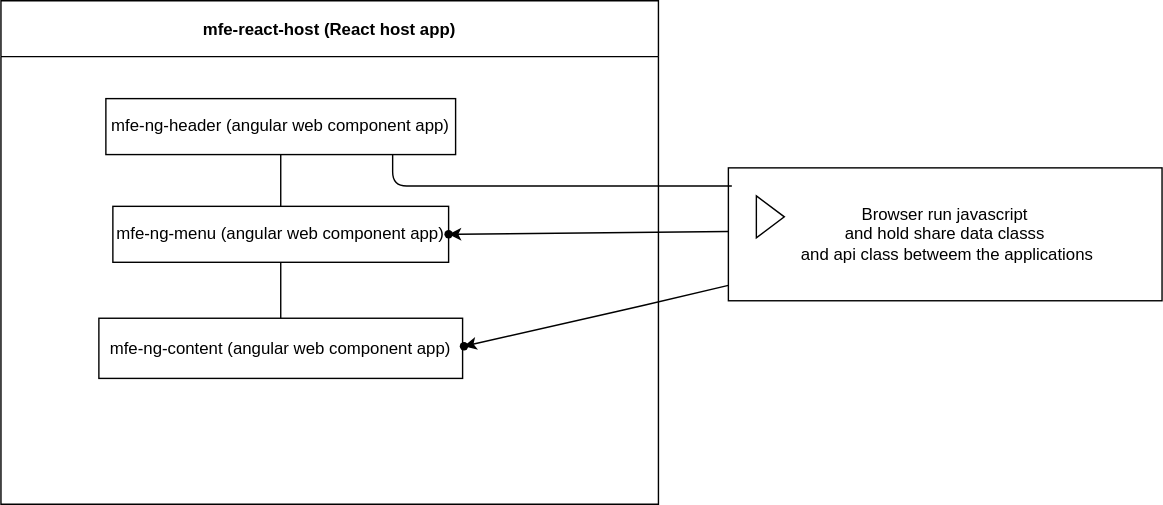
morbargig/CV-mfe-micro-front-end keeps this draw.io diagram as diagram.drawio.svg. Above is the earlier version. Source tidied: cells renumbered, new cells last; positions are measured from the earlier drawing's top-left corner, leaving out a move shared by most shapes.
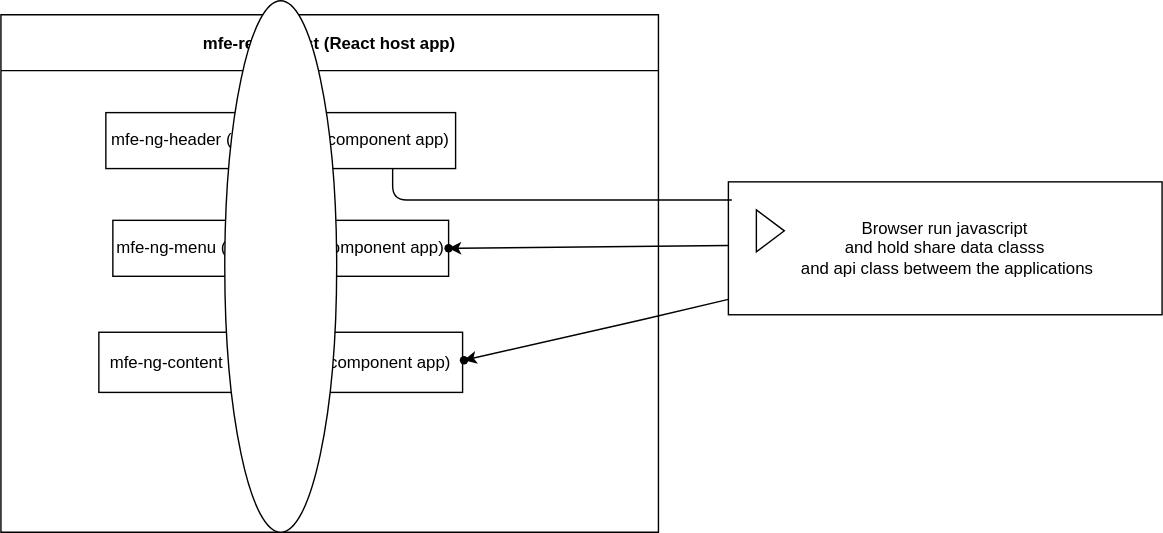
Later version of the same file.

What changed in the source:
```diff
@@ -3,7 +3,7 @@
     <mxCell id="0" />
     <mxCell id="1" parent="0" />
     <mxCell id="2" value="mfe-react-host (React host app)" style="swimlane;startSize=40;horizontal=1;containerType=tree;" parent="1" vertex="1">
-      <mxGeometry width="470" height="360" as="geometry" />
+      <mxGeometry width="470" height="370" as="geometry" />
     </mxCell>
     <mxCell id="3" style="edgeStyle=elbowEdgeStyle;elbow=vertical;startArrow=none;endArrow=none;rounded=0;" parent="2" edge="1" source="4" target="5">
       <mxGeometry relative="1" as="geometry" />
@@ -26,6 +26,9 @@
     <mxCell id="9" style="shape=waypoint;sketch=0;size=6;points=[];fillColor=default;perimeter=centerPerimeter;snapToPoint=1;" parent="2" vertex="1">
       <mxGeometry x="300" y="147" width="40" height="40" as="geometry" />
     </mxCell>
+    <mxCell id="15" style="ellipse;whiteSpace=wrap;html=1;" parent="2" vertex="1">
+      <mxGeometry x="160" y="-10" width="80" height="380" as="geometry" />
+    </mxCell>
     <mxCell id="10" style="edgeStyle=none;html=1;" parent="1" edge="1" source="12" target="8">
       <mxGeometry relative="1" as="geometry">
         <Array as="points">
```
